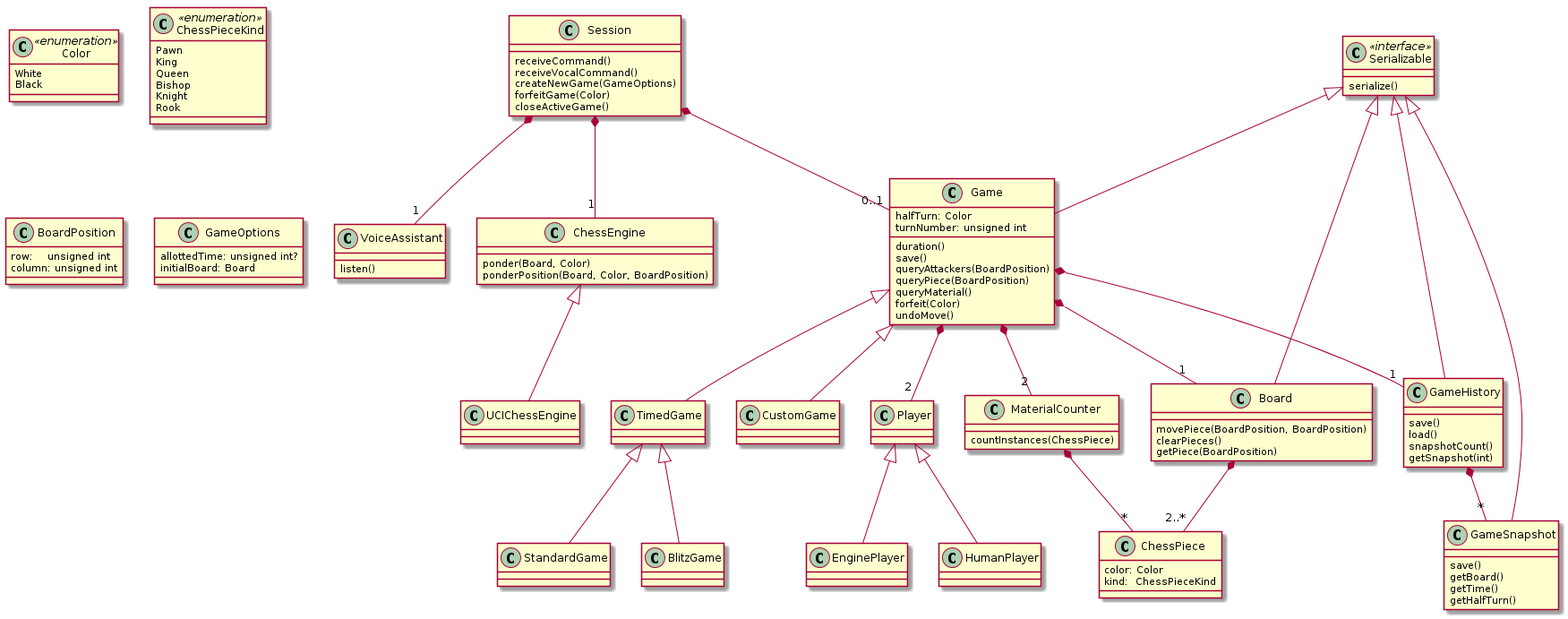
This is class-diagram.png from tvanslyke/accessible-chess-class-diagram, a PlantUML export, as it was before one commit.
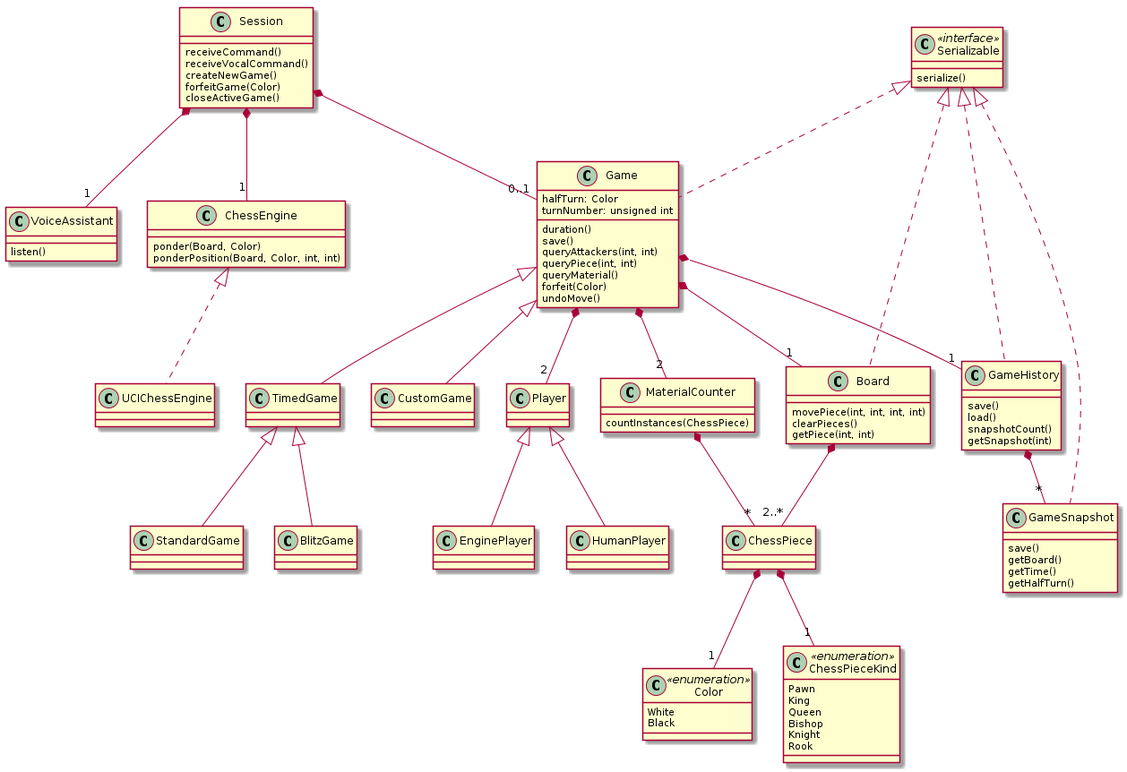
After the commit.

Commit message:
changed some generaliation relationships to realization; removed dangling classes

Diff of the diagram source:
```diff
@@ -7,10 +7,10 @@
 
 class ChessEngine {
 	ponder(Board, Color)
-	ponderPosition(Board, Color, BoardPosition)
+	ponderPosition(Board, Color, int, int)
 }
 
-ChessEngine <|-- UCIChessEngine
+ChessEngine <|.. UCIChessEngine
 
 class Color <<enumeration>> {
 	White
@@ -27,22 +27,20 @@
 }
 
 class ChessPiece {
-	color: Color
-	kind:  ChessPieceKind
+
 }
 
+ChessPiece *-- "1" Color
+ChessPiece *-- "1" ChessPieceKind
+
+
 Board *-- "2..*" ChessPiece
-Serializable <|-- Board
-
-class BoardPosition {
-	row:    unsigned int
-	column: unsigned int
-}
+Serializable <|.. Board
 
 class Board {
-	movePiece(BoardPosition, BoardPosition)
+	movePiece(int, int, int, int)
 	clearPieces()
-	getPiece(BoardPosition)
+	getPiece(int, int)
 }
 
 class Game {
@@ -51,14 +49,14 @@
 
 	duration()
 	save()
-	queryAttackers(BoardPosition)
-	queryPiece(BoardPosition)
+	queryAttackers(int, int)
+	queryPiece(int, int)
 	queryMaterial()
 	forfeit(Color)
 	undoMove()
 }
 
-Serializable <|-- Game
+Serializable <|.. Game
 
 class GameSnapshot {
 	save()
@@ -67,7 +65,7 @@
 	getHalfTurn()
 }
 
-Serializable <|-- GameSnapshot
+Serializable <|.. GameSnapshot
 
 class GameHistory {
 	save()
@@ -75,7 +73,7 @@
 	snapshotCount()
 	getSnapshot(int)
 }
-Serializable <|-- GameHistory
+Serializable <|.. GameHistory
 
 Game *-- "1" GameHistory
 GameHistory *-- "*" GameSnapshot
@@ -92,15 +90,10 @@
 Session *-- "1" VoiceAssistant
 Session *-- "1" ChessEngine
 
-class GameOptions {
-	allottedTime: unsigned int?
-	initialBoard: Board
-}
-
 class Session {
 	receiveCommand()
 	receiveVocalCommand()
-	createNewGame(GameOptions)
+	createNewGame()
 	forfeitGame(Color)
 	closeActiveGame()
 }
```
